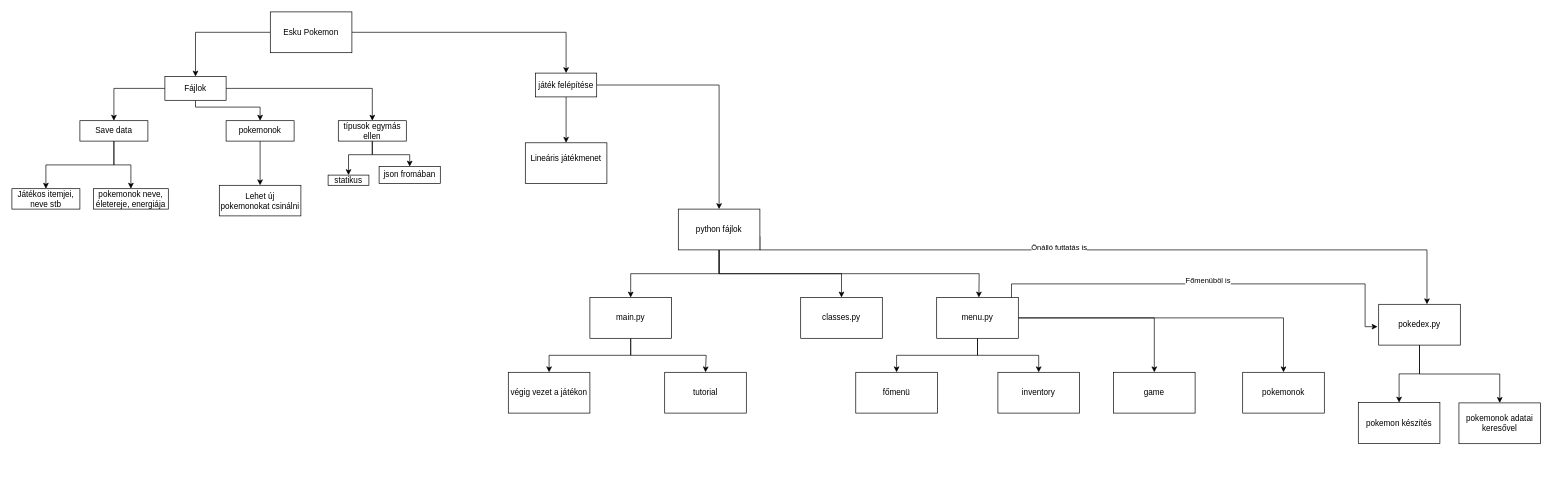
The draw.io diagram prokemon.drawio in csecsoliver/prokemon, before the edit. Source tidied: cells renumbered, new cells numbered last; positions are measured from the earlier drawing's top-left corner, leaving out a move shared by most shapes. Both pictures are drawn from the tidied source at 68%, with x=0, y=0 at pixel (12, 12).
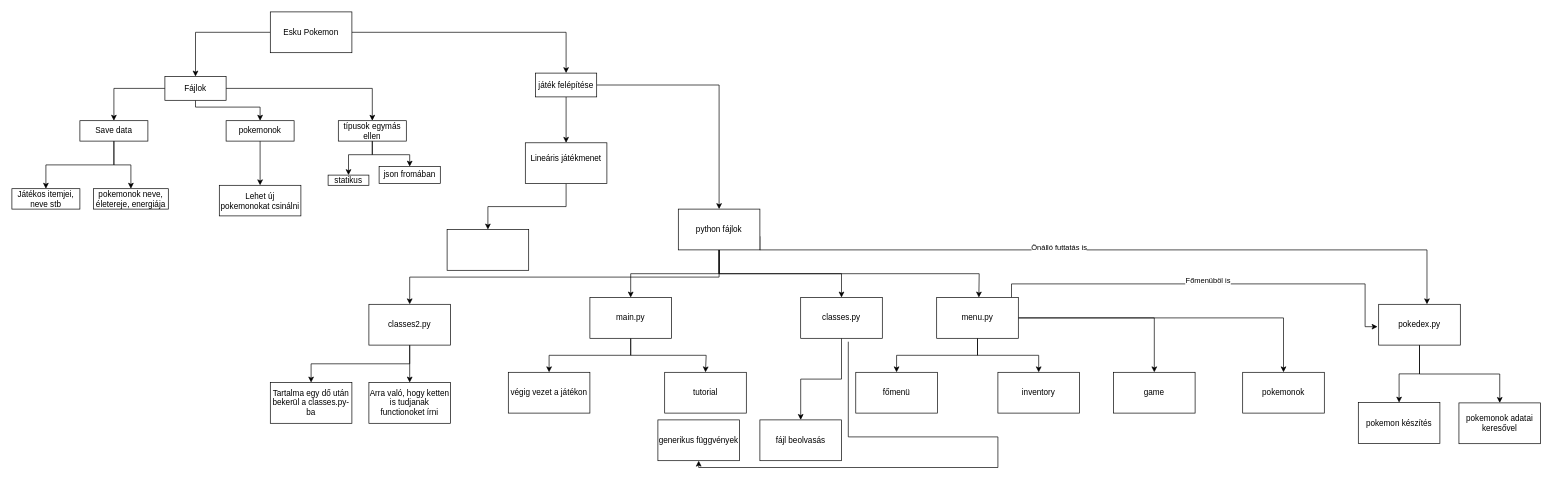
Above is the later version.

Commit message:
fáljok véglegesítve (mondjuk)

Unchanged cells that the change refers to:
```xml
<mxCell id="23" value="Lineáris játékmenet&lt;div&gt;&lt;br&gt;&lt;/div&gt;" style="whiteSpace=wrap;html=1;rounded=0;" parent="1" vertex="1">
  <mxGeometry x="755" y="192.5" width="120" height="60" as="geometry" />
</mxCell>
<mxCell id="31" value="python fájlok" style="whiteSpace=wrap;html=1;rounded=0;" parent="1" vertex="1">
  <mxGeometry x="980" y="290" width="120" height="60" as="geometry" />
</mxCell>
<mxCell id="32" value="classes.py" style="whiteSpace=wrap;html=1;rounded=0;" parent="1" vertex="1">
  <mxGeometry x="1160" y="420" width="120" height="60" as="geometry" />
</mxCell>
```

Change to the diagram source:
```diff
@@
+    <mxCell id="54" style="edgeStyle=orthogonalEdgeStyle;rounded=0;jettySize=auto;html=1;exitX=0.5;exitY=1;exitDx=0;exitDy=0;entryX=0.5;entryY=0;entryDx=0;entryDy=0;" parent="1" edge="1" source="23" target="59">
+      <mxGeometry relative="1" as="geometry" />
+    </mxCell>
@@
+    <mxCell id="55" style="edgeStyle=orthogonalEdgeStyle;rounded=0;jettySize=auto;html=1;exitX=0.5;exitY=1;exitDx=0;exitDy=0;entryX=0.5;entryY=0;entryDx=0;entryDy=0;" parent="1" edge="1" source="31" target="63">
+      <mxGeometry relative="1" as="geometry" />
+    </mxCell>
@@
+    <mxCell id="56" style="edgeStyle=orthogonalEdgeStyle;rounded=0;jettySize=auto;html=1;exitX=0.5;exitY=1;exitDx=0;exitDy=0;" parent="1" edge="1" source="32" target="58">
+      <mxGeometry relative="1" as="geometry" />
+    </mxCell>
+    <mxCell id="57" style="edgeStyle=orthogonalEdgeStyle;rounded=0;jettySize=auto;html=1;exitX=0.5;exitY=1;exitDx=0;exitDy=0;" parent="1" edge="1" target="60">
+      <mxGeometry relative="1" as="geometry">
+        <mxPoint x="1230" y="485" as="sourcePoint" />
+        <Array as="points">
+          <mxPoint x="1230" y="625" />
+          <mxPoint x="1450" y="625" />
+          <mxPoint x="1450" y="670" />
+          <mxPoint x="1010" y="670" />
+        </Array>
+      </mxGeometry>
+    </mxCell>
@@
+    <mxCell id="58" value="fájl beolvasás" style="rounded=0;whiteSpace=wrap;html=1;" parent="1" vertex="1">
+      <mxGeometry x="1100" y="600" width="120" height="60" as="geometry" />
+    </mxCell>
+    <mxCell id="59" style="rounded=0;whiteSpace=wrap;html=1;" parent="1" vertex="1">
+      <mxGeometry x="640" y="320" width="120" height="60" as="geometry" />
+    </mxCell>
+    <mxCell id="60" value="generikus függvények" style="rounded=0;whiteSpace=wrap;html=1;" parent="1" vertex="1">
+      <mxGeometry x="950" y="600" width="120" height="60" as="geometry" />
+    </mxCell>
+    <mxCell id="61" style="edgeStyle=orthogonalEdgeStyle;rounded=0;jettySize=auto;html=1;exitX=0.5;exitY=1;exitDx=0;exitDy=0;entryX=0.5;entryY=0;entryDx=0;entryDy=0;" parent="1" edge="1" source="63" target="64">
+      <mxGeometry relative="1" as="geometry" />
+    </mxCell>
+    <mxCell id="62" style="edgeStyle=orthogonalEdgeStyle;rounded=0;jettySize=auto;html=1;exitX=0.5;exitY=1;exitDx=0;exitDy=0;" parent="1" edge="1" source="63" target="65">
+      <mxGeometry relative="1" as="geometry" />
+    </mxCell>
+    <mxCell id="63" value="classes2.py" style="rounded=0;whiteSpace=wrap;html=1;" parent="1" vertex="1">
+      <mxGeometry x="525" y="430" width="120" height="60" as="geometry" />
+    </mxCell>
+    <mxCell id="64" value="Arra való, hogy ketten is tudjanak functionoket írni" style="rounded=0;whiteSpace=wrap;html=1;" parent="1" vertex="1">
+      <mxGeometry x="525" y="545" width="120" height="60" as="geometry" />
+    </mxCell>
+    <mxCell id="65" value="Tartalma egy dő után bekerül a classes.py-ba" style="rounded=0;whiteSpace=wrap;html=1;" parent="1" vertex="1">
+      <mxGeometry x="380" y="545" width="120" height="60" as="geometry" />
+    </mxCell>
```
